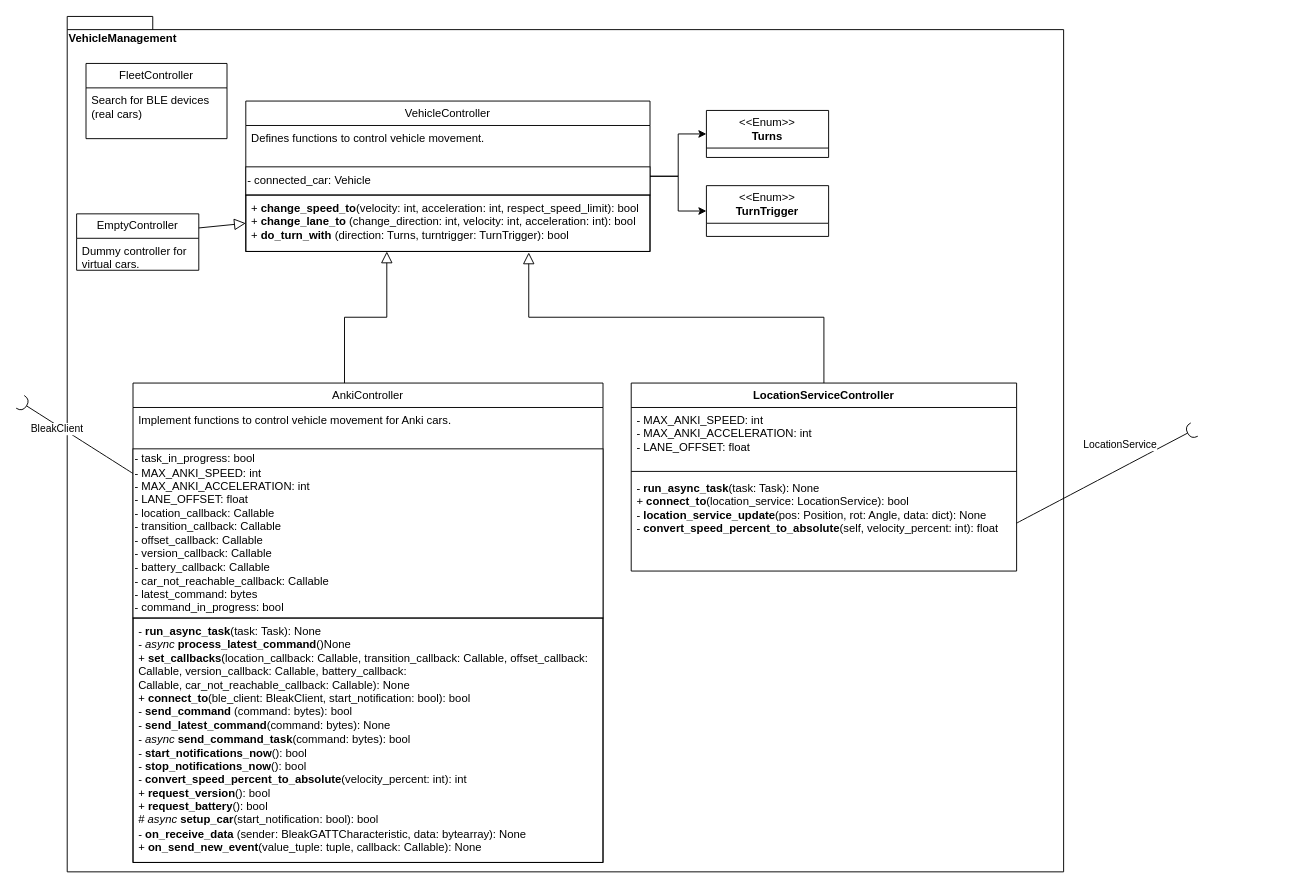
This is page "VehicleManagement class diagram" (5 of 8) of doc/software_architecture.drawio from iavofficial/IAV_Distortion, a draw.io file, before an edit. Source tidied: cells renumbered, new cells numbered last; positions are measured from the earlier drawing's top-left corner, leaving out a move shared by most shapes. Both pictures are drawn from the tidied source at 94%, with x=0, y=0 at pixel (20, 16).
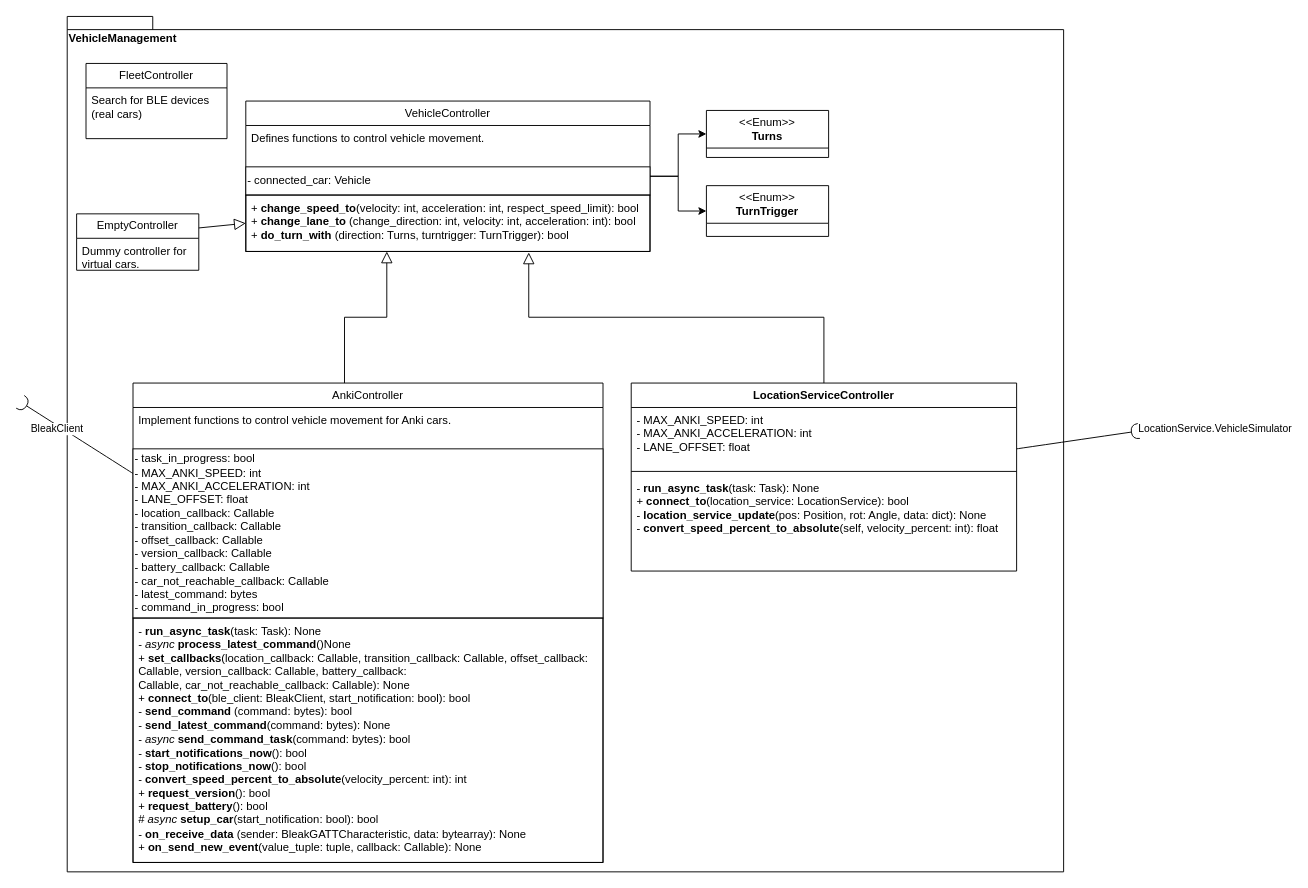
After the change.

The change refers to these unchanged cells:
```xml
<mxCell id="24" value="LocationServiceController" style="swimlane;fontStyle=1;align=center;verticalAlign=top;horizontal=1;startSize=26;whiteSpace=wrap;html=1;" parent="1" vertex="1">
  <mxGeometry x="650" y="390" width="410" height="200" as="geometry" />
</mxCell>
<mxCell id="27" value="-&amp;nbsp;&lt;b style=&quot;border-color: var(--border-color);&quot;&gt;run_async_task&lt;/b&gt;(task: Task): None&lt;br&gt;+&amp;nbsp;&lt;b&gt;connect_to&lt;/b&gt;(location_service: LocationService): bool&lt;br&gt;-&amp;nbsp;&lt;b&gt;location_service_update&lt;/b&gt;(pos: Position, rot: Angle, data: dict): None&lt;br&gt;-&amp;nbsp;&lt;b&gt;convert_speed_percent_to_absolute&lt;/b&gt;(self, velocity_percent: int): float" style="text;strokeColor=none;fillColor=none;align=left;verticalAlign=top;spacingLeft=4;spacingRight=4;overflow=hidden;points=[[0,0.5],[1,0.5]];portConstraint=eastwest;whiteSpace=wrap;html=1;" parent="24" vertex="1">
  <mxGeometry y="98" width="410" height="102" as="geometry" />
</mxCell>
```

Change to the diagram source:
```diff
@@
-    <mxCell id="29" style="rounded=0;jettySize=auto;html=1;endArrow=halfCircle;endFill=0;endSize=6;strokeWidth=1;sketch=0;fontSize=12;curved=1;exitX=1;exitY=0.5;exitDx=0;exitDy=0;" parent="1" edge="1" source="27">
+    <mxCell id="29" style="rounded=0;jettySize=auto;html=1;endArrow=halfCircle;endFill=0;endSize=6;strokeWidth=1;sketch=0;fontSize=12;curved=1;" parent="1" edge="1" source="24">
       <mxGeometry relative="1" as="geometry">
-        <mxPoint x="1249" y="439.5" as="targetPoint" />
+        <mxPoint x="1190" y="441" as="targetPoint" />
       </mxGeometry>
     </mxCell>
-    <mxCell id="30" value="LocationService" style="edgeLabel;html=1;align=center;verticalAlign=middle;" parent="29" vertex="1">
+    <mxCell id="30" value="LocationService.VehicleSimulator" style="edgeLabel;html=1;align=center;verticalAlign=middle;" parent="29" vertex="1">
       <mxGeometry x="-0.06" y="2" relative="1" as="geometry">
-        <mxPoint x="22" y="-35" as="offset" />
+        <mxPoint x="149" y="-11" as="offset" />
       </mxGeometry>
     </mxCell>
```
